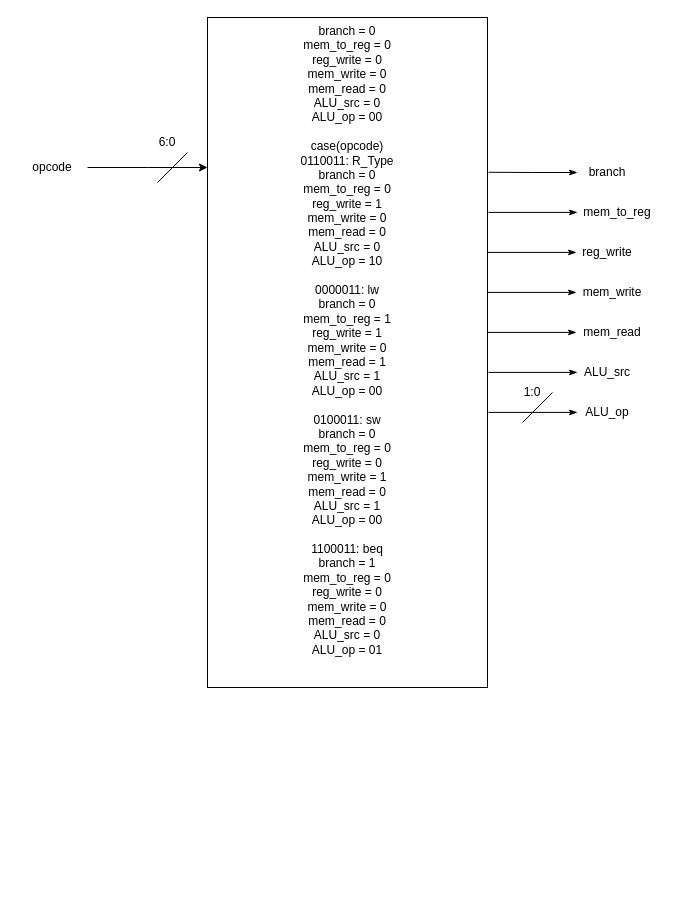
Earlier version of the draw.io diagram page "control" (5 of 9) of docs/rtl.drawio (hassan-alawi/RISC-V). Source tidied: cells renumbered, new cells numbered last; positions are measured from the earlier drawing's top-left corner, leaving out a move shared by most shapes. Both pictures are drawn from the tidied source at 100%, with x=0, y=0 at pixel (17, 17).
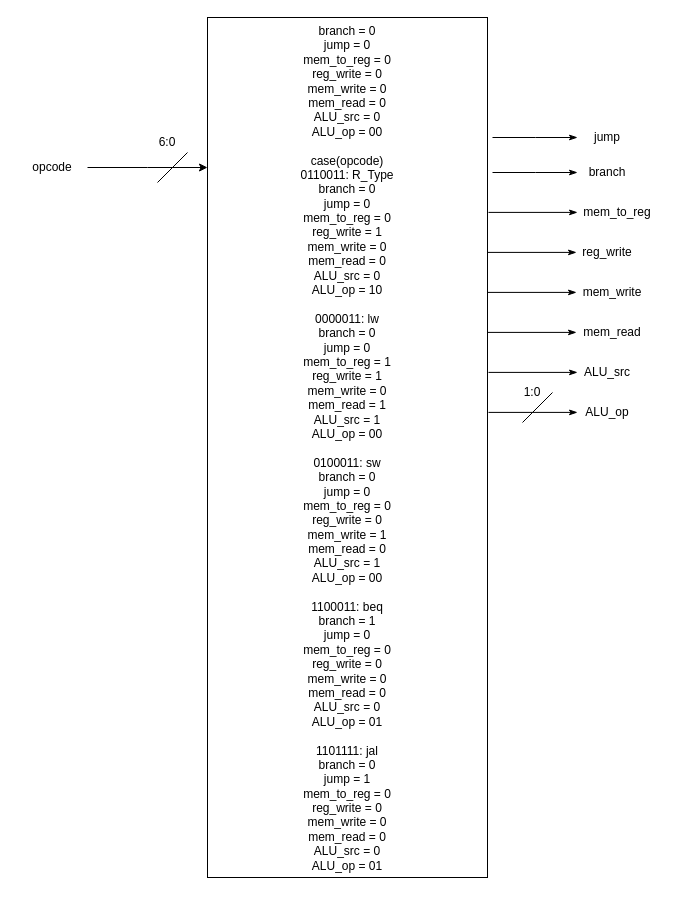
Above is the later version.

Unchanged cells that the change refers to:
```xml
<mxCell id="7" value="branch" style="text;html=1;align=center;verticalAlign=middle;whiteSpace=wrap;rounded=0;fontFamily=Helvetica;fontSize=12;fontColor=default;" parent="1" vertex="1">
  <mxGeometry x="560" y="140" width="60" height="30" as="geometry" />
</mxCell>
```

Change to the diagram source:
```diff
@@
-    <mxCell id="2" value="&lt;div&gt;branch = 0&lt;/div&gt;&lt;div&gt;mem_to_reg = 0&lt;/div&gt;&lt;div&gt;reg_write = 0&lt;/div&gt;&lt;div&gt;mem_write = 0&lt;/div&gt;&lt;div&gt;mem_read = 0&lt;/div&gt;&lt;div&gt;ALU_src = 0&lt;/div&gt;&lt;div&gt;ALU_op = 00&lt;/div&gt;&lt;div&gt;&lt;br&gt;&lt;/div&gt;case(opcode)&lt;div&gt;0110011: R_Type&lt;/div&gt;&lt;div&gt;&lt;div&gt;branch = 0&lt;/div&gt;&lt;div&gt;mem_to_reg = 0&lt;/div&gt;&lt;div&gt;reg_write = 1&lt;/div&gt;&lt;div&gt;mem_write = 0&lt;/div&gt;&lt;div&gt;mem_read = 0&lt;/div&gt;&lt;div&gt;ALU_src = 0&lt;/div&gt;&lt;div&gt;ALU_op = 10&lt;/div&gt;&lt;/div&gt;&lt;div&gt;&lt;br&gt;&lt;/div&gt;&lt;div&gt;&lt;div&gt;0000011: lw&lt;/div&gt;&lt;div&gt;&lt;div&gt;branch = 0&lt;/div&gt;&lt;div&gt;mem_to_reg = 1&lt;/div&gt;&lt;div&gt;reg_write = 1&lt;/div&gt;&lt;div&gt;mem_write = 0&lt;/div&gt;&lt;div&gt;mem_read = 1&lt;/div&gt;&lt;div&gt;ALU_src = 1&lt;/div&gt;&lt;div&gt;ALU_op = 00&lt;/div&gt;&lt;/div&gt;&lt;/div&gt;&lt;div&gt;&lt;br&gt;&lt;/div&gt;&lt;div&gt;&lt;div&gt;0100011: sw&lt;/div&gt;&lt;div&gt;&lt;div&gt;branch = 0&lt;/div&gt;&lt;div&gt;mem_to_reg = 0&lt;/div&gt;&lt;div&gt;reg_write = 0&lt;/div&gt;&lt;div&gt;mem_write = 1&lt;/div&gt;&lt;div&gt;mem_read = 0&lt;/div&gt;&lt;div&gt;ALU_src = 1&lt;/div&gt;&lt;div&gt;ALU_op = 00&lt;/div&gt;&lt;/div&gt;&lt;/div&gt;&lt;div&gt;&lt;br&gt;&lt;/div&gt;&lt;div&gt;&lt;div&gt;1100011: beq&lt;/div&gt;&lt;div&gt;&lt;div&gt;branch = 1&lt;/div&gt;&lt;div&gt;mem_to_reg = 0&lt;/div&gt;&lt;div&gt;reg_write = 0&lt;/div&gt;&lt;div&gt;mem_write = 0&lt;/div&gt;&lt;div&gt;mem_read = 0&lt;/div&gt;&lt;div&gt;ALU_src = 0&lt;/div&gt;&lt;div&gt;ALU_op = 01&lt;/div&gt;&lt;/div&gt;&lt;/div&gt;" style="rounded=0;whiteSpace=wrap;html=1;align=center;verticalAlign=top;fontFamily=Helvetica;fontSize=12;fontColor=default;fillColor=default;gradientColor=none;" parent="1" vertex="1">
-      <mxGeometry x="190" width="280" height="670" as="geometry" />
+    <mxCell id="2" value="&lt;div&gt;branch = 0&lt;/div&gt;&lt;div&gt;jump = 0&lt;/div&gt;&lt;div&gt;mem_to_reg = 0&lt;/div&gt;&lt;div&gt;reg_write = 0&lt;/div&gt;&lt;div&gt;mem_write = 0&lt;/div&gt;&lt;div&gt;mem_read = 0&lt;/div&gt;&lt;div&gt;ALU_src = 0&lt;/div&gt;&lt;div&gt;ALU_op = 00&lt;/div&gt;&lt;div&gt;&lt;br&gt;&lt;/div&gt;case(opcode)&lt;div&gt;0110011: R_Type&lt;/div&gt;&lt;div&gt;&lt;div&gt;branch = 0&lt;/div&gt;&lt;div&gt;jump = 0&lt;br&gt;&lt;/div&gt;&lt;div&gt;mem_to_reg = 0&lt;/div&gt;&lt;div&gt;reg_write = 1&lt;/div&gt;&lt;div&gt;mem_write = 0&lt;/div&gt;&lt;div&gt;mem_read = 0&lt;/div&gt;&lt;div&gt;ALU_src = 0&lt;/div&gt;&lt;div&gt;ALU_op = 10&lt;/div&gt;&lt;/div&gt;&lt;div&gt;&lt;br&gt;&lt;/div&gt;&lt;div&gt;&lt;div&gt;0000011: lw&lt;/div&gt;&lt;div&gt;&lt;div&gt;branch = 0&lt;/div&gt;&lt;div&gt;jump = 0&lt;br&gt;&lt;/div&gt;&lt;div&gt;mem_to_reg = 1&lt;/div&gt;&lt;div&gt;reg_write = 1&lt;/div&gt;&lt;div&gt;mem_write = 0&lt;/div&gt;&lt;div&gt;mem_read = 1&lt;/div&gt;&lt;div&gt;ALU_src = 1&lt;/div&gt;&lt;div&gt;ALU_op = 00&lt;/div&gt;&lt;/div&gt;&lt;/div&gt;&lt;div&gt;&lt;br&gt;&lt;/div&gt;&lt;div&gt;&lt;div&gt;0100011: sw&lt;/div&gt;&lt;div&gt;&lt;div&gt;branch = 0&lt;/div&gt;&lt;div&gt;jump = 0&lt;br&gt;&lt;/div&gt;&lt;div&gt;mem_to_reg = 0&lt;/div&gt;&lt;div&gt;reg_write = 0&lt;/div&gt;&lt;div&gt;mem_write = 1&lt;/div&gt;&lt;div&gt;mem_read = 0&lt;/div&gt;&lt;div&gt;ALU_src = 1&lt;/div&gt;&lt;div&gt;ALU_op = 00&lt;/div&gt;&lt;/div&gt;&lt;/div&gt;&lt;div&gt;&lt;br&gt;&lt;/div&gt;&lt;div&gt;&lt;div&gt;1100011: beq&lt;/div&gt;&lt;div&gt;&lt;div&gt;branch = 1&lt;/div&gt;&lt;div&gt;jump = 0&lt;br&gt;&lt;/div&gt;&lt;div&gt;mem_to_reg = 0&lt;/div&gt;&lt;div&gt;reg_write = 0&lt;/div&gt;&lt;div&gt;mem_write = 0&lt;/div&gt;&lt;div&gt;mem_read = 0&lt;/div&gt;&lt;div&gt;ALU_src = 0&lt;/div&gt;&lt;div&gt;ALU_op = 01&lt;/div&gt;&lt;/div&gt;&lt;/div&gt;&lt;div&gt;&lt;br&gt;&lt;/div&gt;&lt;div&gt;1101111: jal&lt;/div&gt;&lt;div&gt;&lt;div&gt;branch = 0&lt;/div&gt;&lt;div&gt;jump = 1&lt;br&gt;&lt;/div&gt;&lt;div&gt;mem_to_reg = 0&lt;/div&gt;&lt;div&gt;reg_write = 0&lt;/div&gt;&lt;div&gt;mem_write = 0&lt;/div&gt;&lt;div&gt;mem_read = 0&lt;/div&gt;&lt;div&gt;ALU_src = 0&lt;/div&gt;&lt;div&gt;ALU_op = 01&lt;/div&gt;&lt;/div&gt;&lt;div&gt;&lt;br&gt;&lt;/div&gt;" style="rounded=0;whiteSpace=wrap;html=1;align=center;verticalAlign=top;fontFamily=Helvetica;fontSize=12;fontColor=default;fillColor=default;gradientColor=none;" parent="1" vertex="1">
+      <mxGeometry x="190" width="280" height="860" as="geometry" />
     </mxCell>
@@
-    <mxCell id="14" style="edgeStyle=orthogonalEdgeStyle;rounded=0;jettySize=auto;html=1;entryX=1.004;entryY=0.231;entryDx=0;entryDy=0;entryPerimeter=0;fontFamily=Helvetica;fontSize=12;fontColor=default;startArrow=classicThin;startFill=1;endArrow=none;endFill=0;" parent="1" edge="1" source="7" target="2">
-      <mxGeometry relative="1" as="geometry" />
+    <mxCell id="14" style="edgeStyle=orthogonalEdgeStyle;rounded=0;jettySize=auto;html=1;fontFamily=Helvetica;fontSize=12;fontColor=default;startArrow=classicThin;startFill=1;endArrow=none;endFill=0;" parent="1" edge="1" source="7">
+      <mxGeometry relative="1" as="geometry">
+        <mxPoint x="475" y="155" as="targetPoint" />
+      </mxGeometry>
     </mxCell>
@@
+    <mxCell id="23" value="jump" style="text;html=1;align=center;verticalAlign=middle;whiteSpace=wrap;rounded=0;fontFamily=Helvetica;fontSize=12;fontColor=default;" parent="1" vertex="1">
+      <mxGeometry x="560" y="105" width="60" height="30" as="geometry" />
+    </mxCell>
+    <mxCell id="24" style="edgeStyle=orthogonalEdgeStyle;rounded=0;jettySize=auto;html=1;fontFamily=Helvetica;fontSize=12;fontColor=default;startArrow=classicThin;startFill=1;endArrow=none;endFill=0;" parent="1" edge="1" source="23">
+      <mxGeometry relative="1" as="geometry">
+        <mxPoint x="475" y="120" as="targetPoint" />
+      </mxGeometry>
+    </mxCell>
```
